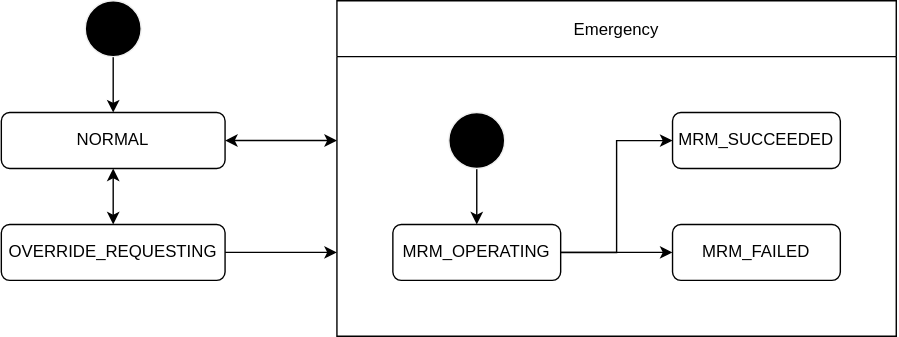
Before: pr-7/design/autoware-interfaces/ad-api/features/fail-safe-state.drawio.svg, a diagram exported from draw.io (tier4/autoware-documentation). Source tidied: cells renumbered, new cells last; positions are measured from the earlier drawing's top-left corner, leaving out a move shared by most shapes.
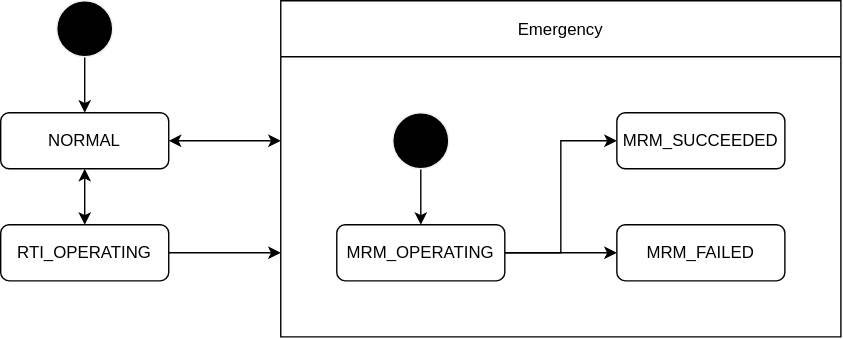
Above is the later version.

Change to the diagram source:
```diff
@@ -6,27 +6,27 @@
       <mxGeometry relative="1" as="geometry" />
     </mxCell>
     <mxCell id="3" style="shape=ellipse;html=1;fillColor=#000000;fontSize=18;fontColor=#ffffff;strokeColor=#F0F0F0;" parent="1" vertex="1">
-      <mxGeometry x="60" width="40" height="40" as="geometry" />
+      <mxGeometry x="40" width="40" height="40" as="geometry" />
     </mxCell>
     <mxCell id="4" style="edgeStyle=none;html=1;entryX=0;entryY=0.75;entryDx=0;entryDy=0;fontSize=10;startArrow=none;startFill=0;" parent="1" edge="1" source="5" target="9">
       <mxGeometry relative="1" as="geometry" />
     </mxCell>
-    <mxCell id="5" value="&lt;font style=&quot;font-size: 12px&quot;&gt;OVERRIDE_REQUESTING&lt;/font&gt;" style="rounded=1;whiteSpace=wrap;html=1;" parent="1" vertex="1">
-      <mxGeometry y="160" width="160" height="40" as="geometry" />
+    <mxCell id="5" value="&lt;font style=&quot;font-size: 12px&quot;&gt;RTI_OPERATING&lt;/font&gt;" style="rounded=1;whiteSpace=wrap;html=1;" parent="1" vertex="1">
+      <mxGeometry y="160" width="120" height="40" as="geometry" />
     </mxCell>
     <mxCell id="6" style="edgeStyle=orthogonalEdgeStyle;rounded=0;html=1;startArrow=classic;startFill=1;" parent="1" edge="1" source="8" target="5">
       <mxGeometry relative="1" as="geometry" />
     </mxCell>
     <mxCell id="7" style="edgeStyle=none;html=1;fontSize=10;startArrow=classic;startFill=1;" parent="1" edge="1" source="8">
       <mxGeometry relative="1" as="geometry">
-        <mxPoint x="240" y="100" as="targetPoint" />
+        <mxPoint x="200" y="100" as="targetPoint" />
       </mxGeometry>
     </mxCell>
     <mxCell id="8" value="NORMAL" style="rounded=1;whiteSpace=wrap;html=1;" parent="1" vertex="1">
-      <mxGeometry y="80" width="160" height="40" as="geometry" />
+      <mxGeometry y="80" width="120" height="40" as="geometry" />
     </mxCell>
     <mxCell id="9" value="Emergency" style="swimlane;startSize=40;fontStyle=0;" parent="1" vertex="1">
-      <mxGeometry x="240" width="400" height="240" as="geometry" />
+      <mxGeometry x="200" width="400" height="240" as="geometry" />
     </mxCell>
     <mxCell id="10" value="MRM_SUCCEEDED" style="rounded=1;whiteSpace=wrap;html=1;" parent="9" vertex="1">
       <mxGeometry x="240" y="80" width="120" height="40" as="geometry" />
```
